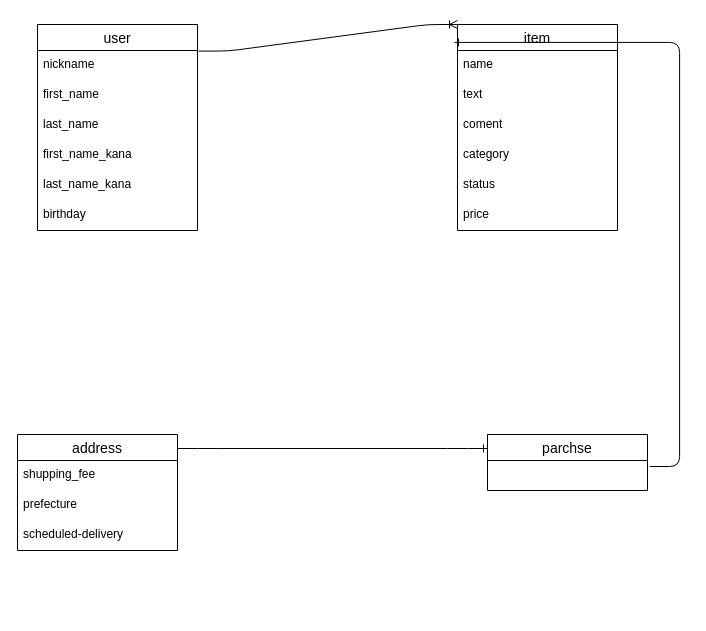
This is test.dio from hiroki1600/furima--28131-, a draw.io file, before an edit. Source tidied: cells renumbered, new cells numbered last; positions are measured from the earlier drawing's top-left corner, leaving out a move shared by most shapes. Both pictures are drawn from the tidied source at 100%, with x=0, y=0 at pixel (17, 24).
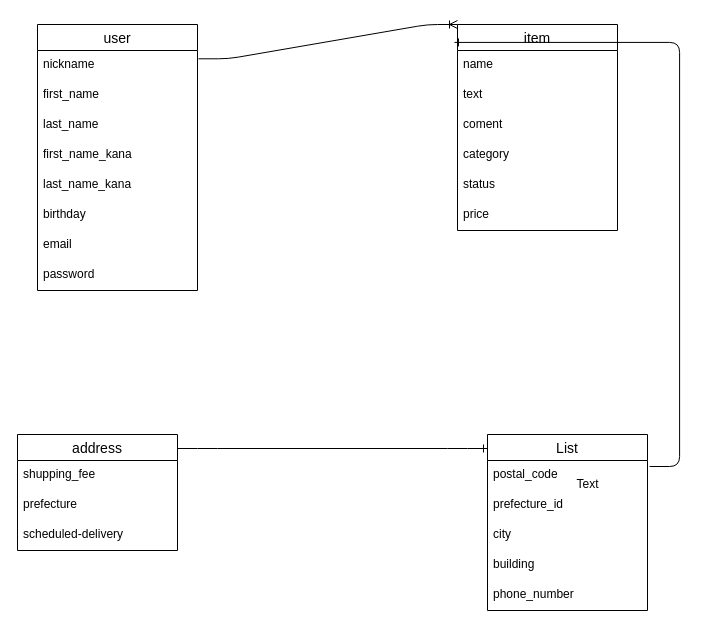
Above is the later version.

Change to the diagram source:
```diff
@@
-    <mxCell id="11" value="parchse" style="swimlane;fontStyle=0;horizontal=1;startSize=26;align=center;fontSize=14;" parent="1" vertex="1">
-      <mxGeometry x="470" y="410" width="160" height="56" as="geometry" />
-    </mxCell>
-    <mxCell id="12" style="edgeStyle=entityRelationEdgeStyle;fontSize=12;html=1;endArrow=ERone;endFill=1;exitX=1;exitY=0.25;exitDx=0;exitDy=0;entryX=0;entryY=0.25;entryDx=0;entryDy=0;" parent="1" edge="1" target="11">
+    <mxCell id="12" style="edgeStyle=entityRelationEdgeStyle;fontSize=12;html=1;endArrow=ERone;endFill=1;exitX=1;exitY=0.25;exitDx=0;exitDy=0;entryX=0;entryY=0.25;entryDx=0;entryDy=0;" parent="1" edge="1">
       <mxGeometry relative="1" as="geometry">
         <mxPoint x="160" y="424" as="sourcePoint" />
+        <mxPoint x="470" y="424" as="targetPoint" />
       </mxGeometry>
     </mxCell>
     <mxCell id="13" value="user" style="swimlane;fontStyle=0;horizontal=1;startSize=26;align=center;fontSize=14;" parent="1" vertex="1">
-      <mxGeometry x="20" width="160" height="206" as="geometry" />
+      <mxGeometry x="20" width="160" height="266" as="geometry" />
     </mxCell>
@@
+    <mxCell id="24" value="email" style="text;strokeColor=none;fillColor=none;spacingLeft=4;spacingRight=4;overflow=hidden;fontSize=12;" parent="13" vertex="1">
+      <mxGeometry y="206" width="160" height="30" as="geometry" />
+    </mxCell>
+    <mxCell id="25" value="password" style="text;strokeColor=none;fillColor=none;spacingLeft=4;spacingRight=4;overflow=hidden;fontSize=12;" parent="13" vertex="1">
+      <mxGeometry y="236" width="160" height="30" as="geometry" />
+    </mxCell>
@@
+    <mxCell id="26" value="Text" style="text;html=1;align=center;verticalAlign=middle;" parent="1" vertex="1">
+      <mxGeometry x="550" y="450" width="40" height="20" as="geometry" />
+    </mxCell>
+    <mxCell id="27" value="List" style="swimlane;fontStyle=0;horizontal=1;startSize=26;align=center;fontSize=14;" parent="1" vertex="1">
+      <mxGeometry x="470" y="410" width="160" height="176" as="geometry" />
+    </mxCell>
+    <mxCell id="28" value="postal_code" style="text;strokeColor=none;fillColor=none;spacingLeft=4;spacingRight=4;overflow=hidden;fontSize=12;" parent="27" vertex="1">
+      <mxGeometry y="26" width="160" height="30" as="geometry" />
+    </mxCell>
+    <mxCell id="29" value="prefecture_id" style="text;strokeColor=none;fillColor=none;spacingLeft=4;spacingRight=4;overflow=hidden;fontSize=12;" parent="27" vertex="1">
+      <mxGeometry y="56" width="160" height="30" as="geometry" />
+    </mxCell>
+    <mxCell id="30" value="city " style="text;strokeColor=none;fillColor=none;spacingLeft=4;spacingRight=4;overflow=hidden;fontSize=12;" parent="27" vertex="1">
+      <mxGeometry y="86" width="160" height="30" as="geometry" />
+    </mxCell>
+    <mxCell id="31" value="building" style="text;strokeColor=none;fillColor=none;spacingLeft=4;spacingRight=4;overflow=hidden;fontSize=12;" parent="27" vertex="1">
+      <mxGeometry y="116" width="160" height="30" as="geometry" />
+    </mxCell>
+    <mxCell id="32" value="phone_number " style="text;strokeColor=none;fillColor=none;spacingLeft=4;spacingRight=4;overflow=hidden;fontSize=12;" parent="27" vertex="1">
+      <mxGeometry y="146" width="160" height="30" as="geometry" />
+    </mxCell>
```
